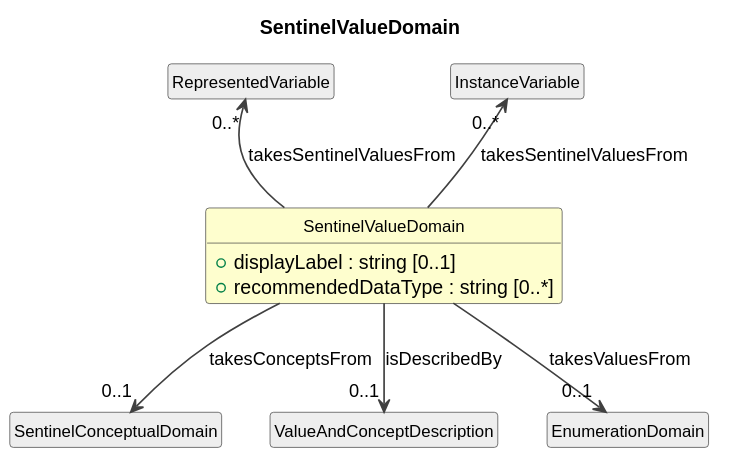
The PlantUML diagram cdif-uml-model/_plantuml/cdifDataStructure/Classes/SentinelValueDomain.svg in Cross-Domain-Interoperability-Framework/metadataBuildingBlocks, before a commit. The source it was exported from:
```plantuml
@startuml
title SentinelValueDomain
hide circle
hide empty members
skinparam shadowing false
skinparam ArrowThickness 1.2
skinparam class {
  ArrowColor #404040
  BorderColor #404040
  FontSize 12
}

class "SentinelValueDomain" as SentinelValueDomain #FEFECE {
  +displayLabel : string [0..1]
  +recommendedDataType : string [0..*]
}
class "RepresentedVariable" as RepresentedVariable #EEEEEE
RepresentedVariable "0..*" <-- SentinelValueDomain : takesSentinelValuesFrom
class "InstanceVariable" as InstanceVariable #EEEEEE
InstanceVariable "0..*" <-- SentinelValueDomain : takesSentinelValuesFrom
class "SentinelConceptualDomain" as SentinelConceptualDomain #EEEEEE
SentinelValueDomain --> "0..1" SentinelConceptualDomain : takesConceptsFrom
class "ValueAndConceptDescription" as ValueAndConceptDescription #EEEEEE
SentinelValueDomain --> "0..1" ValueAndConceptDescription : isDescribedBy
class "EnumerationDomain" as EnumerationDomain #EEEEEE
SentinelValueDomain --> "0..1" EnumerationDomain : takesValuesFrom
@enduml
```
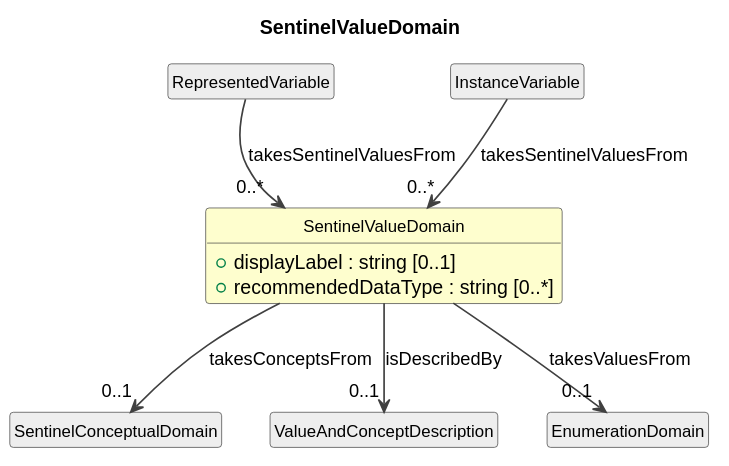
The same diagram one commit later.

The edit, as a diff of the source:
```diff
@@ -15,9 +15,9 @@
   +recommendedDataType : string [0..*]
 }
 class "RepresentedVariable" as RepresentedVariable #EEEEEE
-RepresentedVariable "0..*" <-- SentinelValueDomain : takesSentinelValuesFrom
+RepresentedVariable --> "0..*" SentinelValueDomain : takesSentinelValuesFrom
 class "InstanceVariable" as InstanceVariable #EEEEEE
-InstanceVariable "0..*" <-- SentinelValueDomain : takesSentinelValuesFrom
+InstanceVariable --> "0..*" SentinelValueDomain : takesSentinelValuesFrom
 class "SentinelConceptualDomain" as SentinelConceptualDomain #EEEEEE
 SentinelValueDomain --> "0..1" SentinelConceptualDomain : takesConceptsFrom
 class "ValueAndConceptDescription" as ValueAndConceptDescription #EEEEEE
```
